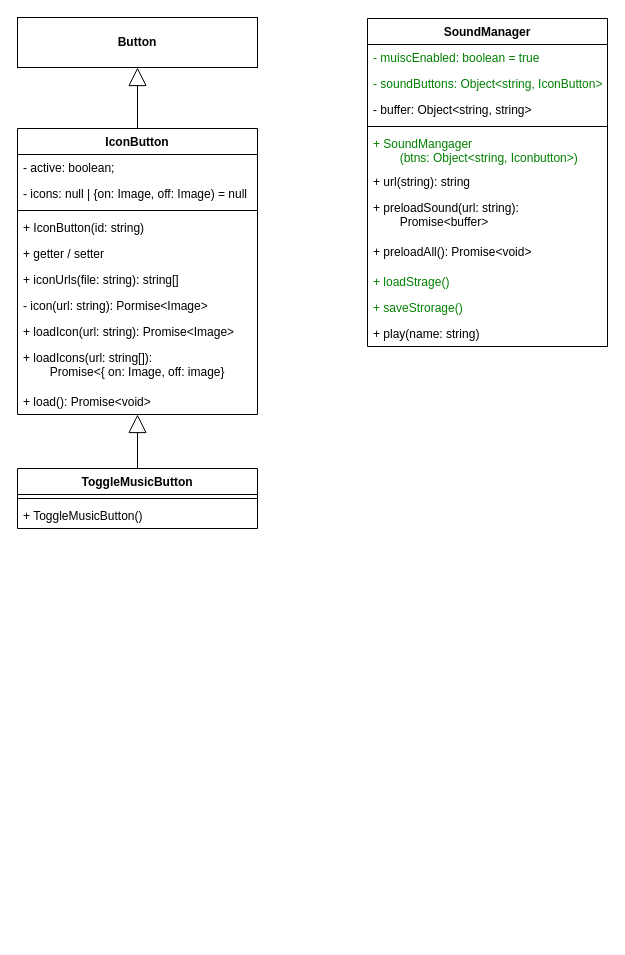
Above: docs/issue/86-diagram.drawio in elma1989/sharkie (draw.io), before the change. Source tidied: cells renumbered, new cells numbered last; positions are measured from the earlier drawing's top-left corner, leaving out a move shared by most shapes. Both pictures are drawn from the tidied source at 100%, with x=0, y=0 at pixel (17, 17).
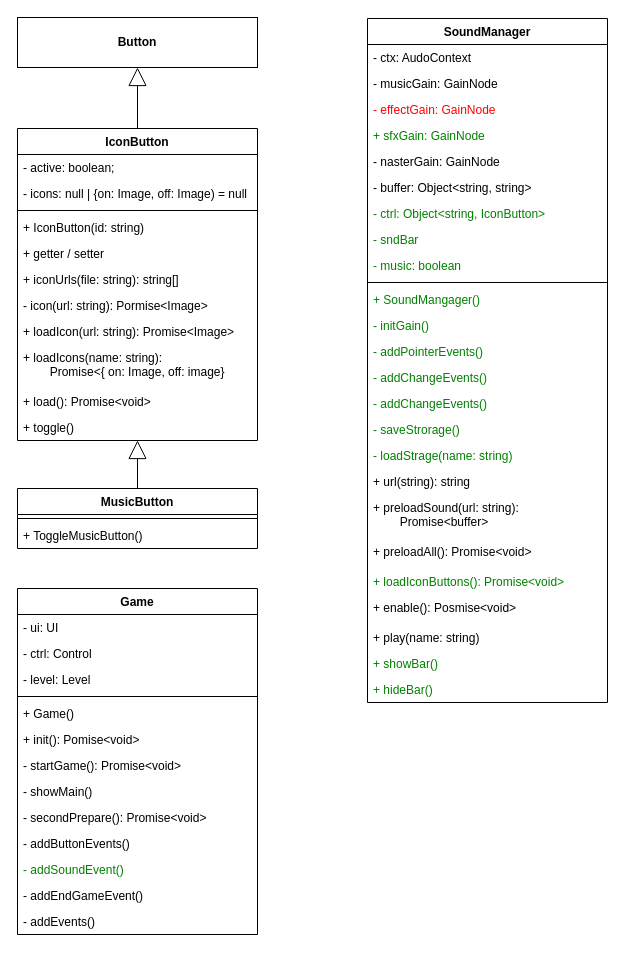
The same diagram, later.

Commit message (it also covers changes not shown here):
doc: MusicButton, SoundManager

Diff of the diagram source:
```diff
@@
     <mxCell id="2" value="SoundManager" style="swimlane;fontStyle=1;align=center;verticalAlign=top;horizontal=1;startSize=26;whiteSpace=wrap;html=1;" parent="1" vertex="1">
-      <mxGeometry x="350" y="1" width="240" height="328" as="geometry" />
+      <mxGeometry x="350" y="1" width="240" height="684" as="geometry" />
     </mxCell>
+    <mxCell id="31" value="- ctx: AudoContext" style="text;strokeColor=none;fillColor=none;align=left;verticalAlign=top;spacingLeft=4;spacingRight=4;overflow=hidden;whiteSpace=wrap;html=1;fontStyle=0;" parent="2" vertex="1">
+      <mxGeometry y="26" width="240" height="26" as="geometry" />
+    </mxCell>
+    <mxCell id="32" value="- musicGain: GainNode" style="text;strokeColor=none;fillColor=none;align=left;verticalAlign=top;spacingLeft=4;spacingRight=4;overflow=hidden;whiteSpace=wrap;html=1;fontStyle=0;" parent="2" vertex="1">
+      <mxGeometry y="52" width="240" height="26" as="geometry" />
+    </mxCell>
+    <mxCell id="33" value="- effectGain: GainNode" style="text;strokeColor=none;fillColor=none;align=left;verticalAlign=top;spacingLeft=4;spacingRight=4;overflow=hidden;whiteSpace=wrap;html=1;fontStyle=0;fontColor=light-dark(#FF0000,#FF8080);" parent="2" vertex="1">
+      <mxGeometry y="78" width="240" height="26" as="geometry" />
+    </mxCell>
+    <mxCell id="34" value="+ sfxGain: GainNode" style="text;strokeColor=none;fillColor=none;align=left;verticalAlign=top;spacingLeft=4;spacingRight=4;overflow=hidden;whiteSpace=wrap;html=1;fontStyle=0;fontColor=light-dark(#008000,#80FF80);" parent="2" vertex="1">
+      <mxGeometry y="104" width="240" height="26" as="geometry" />
+    </mxCell>
+    <mxCell id="35" value="- nasterGain: GainNode" style="text;strokeColor=none;fillColor=none;align=left;verticalAlign=top;spacingLeft=4;spacingRight=4;overflow=hidden;whiteSpace=wrap;html=1;fontStyle=0;" parent="2" vertex="1">
+      <mxGeometry y="130" width="240" height="26" as="geometry" />
+    </mxCell>
+    <mxCell id="5" value="- buffer: Object&amp;lt;string, string&amp;gt;" style="text;strokeColor=none;fillColor=none;align=left;verticalAlign=top;spacingLeft=4;spacingRight=4;overflow=hidden;whiteSpace=wrap;html=1;fontStyle=0;" parent="2" vertex="1">
+      <mxGeometry y="156" width="240" height="26" as="geometry" />
+    </mxCell>
+    <mxCell id="4" value="- ctrl: Object&amp;lt;string, IconButton&amp;gt;" style="text;strokeColor=none;fillColor=none;align=left;verticalAlign=top;spacingLeft=4;spacingRight=4;overflow=hidden;whiteSpace=wrap;html=1;fontStyle=0;fontColor=light-dark(#008000,#80FF80);" parent="2" vertex="1">
+      <mxGeometry y="182" width="240" height="26" as="geometry" />
+    </mxCell>
+    <mxCell id="36" value="- sndBar" style="text;strokeColor=none;fillColor=none;align=left;verticalAlign=top;spacingLeft=4;spacingRight=4;overflow=hidden;whiteSpace=wrap;html=1;fontStyle=0;fontColor=light-dark(#008000,#80FF80);" parent="2" vertex="1">
+      <mxGeometry y="208" width="240" height="26" as="geometry" />
+    </mxCell>
-    <mxCell id="3" value="- muiscEnabled: boolean = true" style="text;strokeColor=none;fillColor=none;align=left;verticalAlign=top;spacingLeft=4;spacingRight=4;overflow=hidden;whiteSpace=wrap;html=1;fontStyle=0;fontColor=light-dark(#008000,#80FF80);" parent="2" vertex="1">
-      <mxGeometry y="26" width="240" height="26" as="geometry" />
+    <mxCell id="3" value="- music: boolean" style="text;strokeColor=none;fillColor=none;align=left;verticalAlign=top;spacingLeft=4;spacingRight=4;overflow=hidden;whiteSpace=wrap;html=1;fontStyle=0;fontColor=light-dark(#008000,#80FF80);" parent="2" vertex="1">
+      <mxGeometry y="234" width="240" height="26" as="geometry" />
     </mxCell>
-    <mxCell id="4" value="- soundButtons: Object&amp;lt;string, IconButton&amp;gt;" style="text;strokeColor=none;fillColor=none;align=left;verticalAlign=top;spacingLeft=4;spacingRight=4;overflow=hidden;whiteSpace=wrap;html=1;fontStyle=0;fontColor=light-dark(#008000,#80FF80);" parent="2" vertex="1">
-      <mxGeometry y="52" width="240" height="26" as="geometry" />
-    </mxCell>
-    <mxCell id="5" value="- buffer: Object&amp;lt;string, string&amp;gt;" style="text;strokeColor=none;fillColor=none;align=left;verticalAlign=top;spacingLeft=4;spacingRight=4;overflow=hidden;whiteSpace=wrap;html=1;fontStyle=0;" parent="2" vertex="1">
-      <mxGeometry y="78" width="240" height="26" as="geometry" />
-    </mxCell>
     <mxCell id="6" style="line;strokeWidth=1;fillColor=none;align=left;verticalAlign=middle;spacingTop=-1;spacingLeft=3;spacingRight=3;labelPosition=right;strokeColor=inherit;" parent="2" vertex="1">
-      <mxGeometry y="104" width="240" height="8" as="geometry" />
+      <mxGeometry y="260" width="240" height="8" as="geometry" />
     </mxCell>
-    <mxCell id="7" value="+ SoundMangager&lt;div&gt;&lt;span style=&quot;white-space: pre;&quot;&gt;&#9;&lt;/span&gt;(btns: Object&amp;lt;string, Iconbutton&amp;gt;)&lt;/div&gt;" style="text;strokeColor=none;fillColor=none;align=left;verticalAlign=top;spacingLeft=4;spacingRight=4;overflow=hidden;whiteSpace=wrap;html=1;fontStyle=0;fontColor=light-dark(#008000,#80FF80);" parent="2" vertex="1">
-      <mxGeometry y="112" width="240" height="38" as="geometry" />
+    <mxCell id="7" value="+ SoundMangager&lt;span style=&quot;background-color: transparent; color: light-dark(rgb(0, 128, 0), rgb(128, 255, 128));&quot;&gt;()&lt;/span&gt;" style="text;strokeColor=none;fillColor=none;align=left;verticalAlign=top;spacingLeft=4;spacingRight=4;overflow=hidden;whiteSpace=wrap;html=1;fontStyle=0;fontColor=light-dark(#008000,#80FF80);" parent="2" vertex="1">
+      <mxGeometry y="268" width="240" height="26" as="geometry" />
     </mxCell>
+    <mxCell id="37" value="- initGain()" style="text;strokeColor=none;fillColor=none;align=left;verticalAlign=top;spacingLeft=4;spacingRight=4;overflow=hidden;whiteSpace=wrap;html=1;fontStyle=0;fontColor=light-dark(#008000,#80FF80);" parent="2" vertex="1">
+      <mxGeometry y="294" width="240" height="26" as="geometry" />
+    </mxCell>
+    <mxCell id="38" value="- addPointerEvents()" style="text;strokeColor=none;fillColor=none;align=left;verticalAlign=top;spacingLeft=4;spacingRight=4;overflow=hidden;whiteSpace=wrap;html=1;fontStyle=0;fontColor=light-dark(#008000,#80FF80);" parent="2" vertex="1">
+      <mxGeometry y="320" width="240" height="26" as="geometry" />
+    </mxCell>
+    <mxCell id="39" value="- addChangeEvents()" style="text;strokeColor=none;fillColor=none;align=left;verticalAlign=top;spacingLeft=4;spacingRight=4;overflow=hidden;whiteSpace=wrap;html=1;fontStyle=0;fontColor=light-dark(#008000,#80FF80);" parent="2" vertex="1">
+      <mxGeometry y="346" width="240" height="26" as="geometry" />
+    </mxCell>
+    <mxCell id="40" value="- addChangeEvents()" style="text;strokeColor=none;fillColor=none;align=left;verticalAlign=top;spacingLeft=4;spacingRight=4;overflow=hidden;whiteSpace=wrap;html=1;fontStyle=0;fontColor=light-dark(#008000,#80FF80);" parent="2" vertex="1">
+      <mxGeometry y="372" width="240" height="26" as="geometry" />
+    </mxCell>
+    <mxCell id="12" value="- saveStrorage()" style="text;strokeColor=none;fillColor=none;align=left;verticalAlign=top;spacingLeft=4;spacingRight=4;overflow=hidden;whiteSpace=wrap;html=1;fontStyle=0;fontColor=light-dark(#008000,#80FF80);" parent="2" vertex="1">
+      <mxGeometry y="398" width="240" height="26" as="geometry" />
+    </mxCell>
+    <mxCell id="11" value="- loadStrage(name: string)" style="text;strokeColor=none;fillColor=none;align=left;verticalAlign=top;spacingLeft=4;spacingRight=4;overflow=hidden;whiteSpace=wrap;html=1;fontStyle=0;fontColor=light-dark(#008000,#80FF80);" parent="2" vertex="1">
+      <mxGeometry y="424" width="240" height="26" as="geometry" />
+    </mxCell>
     <mxCell id="8" value="+ url(string): string" style="text;strokeColor=none;fillColor=none;align=left;verticalAlign=top;spacingLeft=4;spacingRight=4;overflow=hidden;whiteSpace=wrap;html=1;fontStyle=0;" parent="2" vertex="1">
-      <mxGeometry y="150" width="240" height="26" as="geometry" />
+      <mxGeometry y="450" width="240" height="26" as="geometry" />
     </mxCell>
     <mxCell id="9" value="+ preloadSound(&lt;span style=&quot;background-color: transparent; color: light-dark(rgb(0, 0, 0), rgb(255, 255, 255));&quot;&gt;url: string): &lt;span style=&quot;white-space: pre;&quot;&gt;&#9;&lt;/span&gt;Promise&amp;lt;buffer&amp;gt;&lt;/span&gt;" style="text;strokeColor=none;fillColor=none;align=left;verticalAlign=top;spacingLeft=4;spacingRight=4;overflow=hidden;whiteSpace=wrap;html=1;fontStyle=0;" parent="2" vertex="1">
-      <mxGeometry y="176" width="240" height="44" as="geometry" />
+      <mxGeometry y="476" width="240" height="44" as="geometry" />
     </mxCell>
     <mxCell id="10" value="+ preloadAll(): Promise&amp;lt;void&amp;gt;" style="text;strokeColor=none;fillColor=none;align=left;verticalAlign=top;spacingLeft=4;spacingRight=4;overflow=hidden;whiteSpace=wrap;html=1;fontStyle=0;" parent="2" vertex="1">
-      <mxGeometry y="220" width="240" height="30" as="geometry" />
+      <mxGeometry y="520" width="240" height="30" as="geometry" />
     </mxCell>
-    <mxCell id="11" value="+ loadStrage()" style="text;strokeColor=none;fillColor=none;align=left;verticalAlign=top;spacingLeft=4;spacingRight=4;overflow=hidden;whiteSpace=wrap;html=1;fontStyle=0;fontColor=light-dark(#008000,#80FF80);" parent="2" vertex="1">
-      <mxGeometry y="250" width="240" height="26" as="geometry" />
-    </mxCell>
-    <mxCell id="12" value="+ saveStrorage()" style="text;strokeColor=none;fillColor=none;align=left;verticalAlign=top;spacingLeft=4;spacingRight=4;overflow=hidden;whiteSpace=wrap;html=1;fontStyle=0;fontColor=light-dark(#008000,#80FF80);" parent="2" vertex="1">
-      <mxGeometry y="276" width="240" height="26" as="geometry" />
-    </mxCell>
+    <mxCell id="41" value="+ loadIconButtons(): Promise&amp;lt;void&amp;gt;" style="text;strokeColor=none;fillColor=none;align=left;verticalAlign=top;spacingLeft=4;spacingRight=4;overflow=hidden;whiteSpace=wrap;html=1;fontStyle=0;fontColor=light-dark(#008000,#80FF80);" parent="2" vertex="1">
+      <mxGeometry y="550" width="240" height="26" as="geometry" />
+    </mxCell>
+    <mxCell id="42" value="+ enable(): Posmise&amp;lt;void&amp;gt;" style="text;strokeColor=none;fillColor=none;align=left;verticalAlign=top;spacingLeft=4;spacingRight=4;overflow=hidden;whiteSpace=wrap;html=1;fontStyle=0;" parent="2" vertex="1">
+      <mxGeometry y="576" width="240" height="30" as="geometry" />
+    </mxCell>
     <mxCell id="13" value="+ play(name: string)" style="text;strokeColor=none;fillColor=none;align=left;verticalAlign=top;spacingLeft=4;spacingRight=4;overflow=hidden;whiteSpace=wrap;html=1;fontStyle=0;" parent="2" vertex="1">
-      <mxGeometry y="302" width="240" height="26" as="geometry" />
+      <mxGeometry y="606" width="240" height="26" as="geometry" />
     </mxCell>
+    <mxCell id="43" value="+ showBar()" style="text;strokeColor=none;fillColor=none;align=left;verticalAlign=top;spacingLeft=4;spacingRight=4;overflow=hidden;whiteSpace=wrap;html=1;fontStyle=0;fontColor=light-dark(#008000,#80FF80);" parent="2" vertex="1">
+      <mxGeometry y="632" width="240" height="26" as="geometry" />
+    </mxCell>
+    <mxCell id="44" value="+ hideBar()" style="text;strokeColor=none;fillColor=none;align=left;verticalAlign=top;spacingLeft=4;spacingRight=4;overflow=hidden;whiteSpace=wrap;html=1;fontStyle=0;fontColor=light-dark(#008000,#80FF80);" parent="2" vertex="1">
+      <mxGeometry y="658" width="240" height="26" as="geometry" />
+    </mxCell>
@@
     <mxCell id="15" value="IconButton" style="swimlane;fontStyle=1;align=center;verticalAlign=top;horizontal=1;startSize=26;whiteSpace=wrap;html=1;" parent="1" vertex="1">
-      <mxGeometry y="111" width="240" height="286" as="geometry" />
+      <mxGeometry y="111" width="240" height="312" as="geometry" />
     </mxCell>
@@
-    <mxCell id="24" value="+ loadIcons(url: string[]):&lt;div&gt;&lt;span style=&quot;white-space: pre;&quot;&gt;&#9;&lt;/span&gt;Promise&amp;lt;{ on: Image, off: image}&lt;br&gt;&lt;/div&gt;" style="text;strokeColor=none;fillColor=none;align=left;verticalAlign=top;spacingLeft=4;spacingRight=4;overflow=hidden;whiteSpace=wrap;html=1;" parent="15" vertex="1">
+    <mxCell id="24" value="+ loadIcons(name: string):&lt;div&gt;&lt;span style=&quot;white-space: pre;&quot;&gt;&#9;&lt;/span&gt;Promise&amp;lt;{ on: Image, off: image}&lt;br&gt;&lt;/div&gt;" style="text;strokeColor=none;fillColor=none;align=left;verticalAlign=top;spacingLeft=4;spacingRight=4;overflow=hidden;whiteSpace=wrap;html=1;" parent="15" vertex="1">
       <mxGeometry y="216" width="240" height="44" as="geometry" />
     </mxCell>
@@
+    <mxCell id="45" value="+ toggle()" style="text;strokeColor=none;fillColor=none;align=left;verticalAlign=top;spacingLeft=4;spacingRight=4;overflow=hidden;whiteSpace=wrap;html=1;" parent="15" vertex="1">
+      <mxGeometry y="286" width="240" height="26" as="geometry" />
+    </mxCell>
-    <mxCell id="26" value="ToggleMusicButton" style="swimlane;fontStyle=1;align=center;verticalAlign=top;horizontal=1;startSize=26;whiteSpace=wrap;html=1;" parent="1" vertex="1">
-      <mxGeometry y="451" width="240" height="60" as="geometry" />
+    <mxCell id="26" value="MusicButton" style="swimlane;fontStyle=1;align=center;verticalAlign=top;horizontal=1;startSize=26;whiteSpace=wrap;html=1;" parent="1" vertex="1">
+      <mxGeometry y="471" width="240" height="60" as="geometry" />
     </mxCell>
@@
+    <mxCell id="46" value="Game" style="swimlane;fontStyle=1;align=center;verticalAlign=top;horizontal=1;startSize=26;whiteSpace=wrap;html=1;" parent="1" vertex="1">
+      <mxGeometry y="571" width="240" height="346" as="geometry" />
+    </mxCell>
+    <mxCell id="47" value="- ui: UI" style="text;strokeColor=none;fillColor=none;align=left;verticalAlign=top;spacingLeft=4;spacingRight=4;overflow=hidden;whiteSpace=wrap;html=1;" parent="46" vertex="1">
+      <mxGeometry y="26" width="240" height="26" as="geometry" />
+    </mxCell>
+    <mxCell id="48" value="- ctrl: Control" style="text;strokeColor=none;fillColor=none;align=left;verticalAlign=top;spacingLeft=4;spacingRight=4;overflow=hidden;whiteSpace=wrap;html=1;" parent="46" vertex="1">
+      <mxGeometry y="52" width="240" height="26" as="geometry" />
+    </mxCell>
+    <mxCell id="49" value="- level: Level" style="text;strokeColor=none;fillColor=none;align=left;verticalAlign=top;spacingLeft=4;spacingRight=4;overflow=hidden;whiteSpace=wrap;html=1;" parent="46" vertex="1">
+      <mxGeometry y="78" width="240" height="26" as="geometry" />
+    </mxCell>
+    <mxCell id="50" style="line;strokeWidth=1;fillColor=none;align=left;verticalAlign=middle;spacingTop=-1;spacingLeft=3;spacingRight=3;labelPosition=right;strokeColor=inherit;" parent="46" vertex="1">
+      <mxGeometry y="104" width="240" height="8" as="geometry" />
+    </mxCell>
+    <mxCell id="51" value="+ Game()" style="text;strokeColor=none;fillColor=none;align=left;verticalAlign=top;spacingLeft=4;spacingRight=4;overflow=hidden;whiteSpace=wrap;html=1;" parent="46" vertex="1">
+      <mxGeometry y="112" width="240" height="26" as="geometry" />
+    </mxCell>
+    <mxCell id="52" value="+ init(): Pomise&amp;lt;void&amp;gt;" style="text;strokeColor=none;fillColor=none;align=left;verticalAlign=top;spacingLeft=4;spacingRight=4;overflow=hidden;whiteSpace=wrap;html=1;" parent="46" vertex="1">
+      <mxGeometry y="138" width="240" height="26" as="geometry" />
+    </mxCell>
+    <mxCell id="53" value="- startGame(): Promise&amp;lt;void&amp;gt;" style="text;strokeColor=none;fillColor=none;align=left;verticalAlign=top;spacingLeft=4;spacingRight=4;overflow=hidden;whiteSpace=wrap;html=1;fontColor=default;" parent="46" vertex="1">
+      <mxGeometry y="164" width="240" height="26" as="geometry" />
+    </mxCell>
+    <mxCell id="54" value="- showMain()" style="text;strokeColor=none;fillColor=none;align=left;verticalAlign=top;spacingLeft=4;spacingRight=4;overflow=hidden;whiteSpace=wrap;html=1;fontColor=default;" parent="46" vertex="1">
+      <mxGeometry y="190" width="240" height="26" as="geometry" />
+    </mxCell>
+    <mxCell id="55" value="- secondPrepare(): Promise&amp;lt;void&amp;gt;" style="text;strokeColor=none;fillColor=none;align=left;verticalAlign=top;spacingLeft=4;spacingRight=4;overflow=hidden;whiteSpace=wrap;html=1;fontColor=default;" parent="46" vertex="1">
+      <mxGeometry y="216" width="240" height="26" as="geometry" />
+    </mxCell>
+    <mxCell id="56" value="- addButtonEvents()" style="text;strokeColor=none;fillColor=none;align=left;verticalAlign=top;spacingLeft=4;spacingRight=4;overflow=hidden;whiteSpace=wrap;html=1;fontColor=default;" parent="46" vertex="1">
+      <mxGeometry y="242" width="240" height="26" as="geometry" />
+    </mxCell>
+    <mxCell id="57" value="- addSoundEvent()" style="text;strokeColor=none;fillColor=none;align=left;verticalAlign=top;spacingLeft=4;spacingRight=4;overflow=hidden;whiteSpace=wrap;html=1;fontColor=light-dark(#008000,#80FF80);labelBackgroundColor=default;" parent="46" vertex="1">
+      <mxGeometry y="268" width="240" height="26" as="geometry" />
+    </mxCell>
+    <mxCell id="58" value="- addEndGameEvent()" style="text;strokeColor=none;fillColor=none;align=left;verticalAlign=top;spacingLeft=4;spacingRight=4;overflow=hidden;whiteSpace=wrap;html=1;fontColor=default;" parent="46" vertex="1">
+      <mxGeometry y="294" width="240" height="26" as="geometry" />
+    </mxCell>
+    <mxCell id="59" value="- addEvents()" style="text;strokeColor=none;fillColor=none;align=left;verticalAlign=top;spacingLeft=4;spacingRight=4;overflow=hidden;whiteSpace=wrap;html=1;fontColor=default;" parent="46" vertex="1">
+      <mxGeometry y="320" width="240" height="26" as="geometry" />
+    </mxCell>
```
